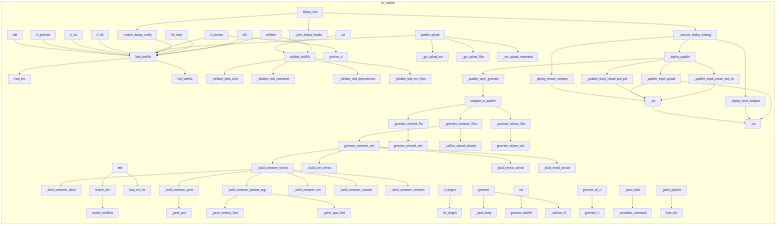
Earlier version of the Mermaid export project/calls.png (pyfunc/taskfile). Its source is kept beside it as project/calls.mmd.
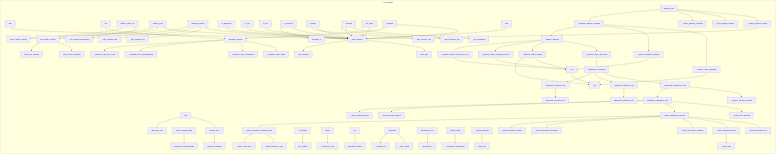
The same file after the commit.

The edit, as a diff of the source:
```diff
@@ -1,82 +1,101 @@
 flowchart LR
     subgraph src_taskfile
+        src__taskfile__quadlet___build_container_ports["_build_container_ports"]
+        src___quadlet_step4_restart_and_cleanup["_quadlet_step4_restart_and_cle"]
+        src__taskfile__quadlet___build_container_section["_build_container_section"]
+        src__taskfile__quadlet__generate_container_unit["generate_container_unit"]
+        src__taskfile__runner__TaskfileRunner__run["run"]
+        src__taskfile__landing__generate_landing_page["generate_landing_page"]
+        src__taskfile__quadlet___build_container_networks["_build_container_networks"]
+        src__generate["generate"]
+        src__taskfile__cli__main__list_tasks["list_tasks"]
+        src__taskfile__runner__TaskfileRunner____init__["__init__"]
+        src__taskfile__compose__load_env_file["load_env_file"]
+        src___parse_pipeline["_parse_pipeline"]
+        src__taskfile__quadlet___build_container_volumes["_build_container_volumes"]
+        src__taskfile__compose__ComposeFile____init__["__init__"]
+        src__taskfile__cli__setup___write_env_files["_write_env_files"]
+        src__taskfile__parser___validate_tasks_exist["_validate_tasks_exist"]
+        src__taskfile__quadlet___parse_port["_parse_port"]
+        src__taskfile__health__check_http_endpoint["check_http_endpoint"]
+        src__generate["generate"]
+        src__taskfile__cigen__generate_all_ci["generate_all_ci"]
+        src__taskfile__parser___validate_task_env_filter["_validate_task_env_filter"]
+        src__taskfile__cigen__base___sanitize_id["_sanitize_id"]
+        src___quadlet_step3_reload_and_pull["_quadlet_step3_reload_and_pull"]
+        src__taskfile__quadlet___generate_container_files["_generate_container_files"]
+        src__taskfile__cigen__generate_ci["generate_ci"]
+        src__taskfile__scaffold__generate_taskfile["generate_taskfile"]
+        src__taskfile__cli__release___get_previous_tag["_get_previous_tag"]
+        src__taskfile__cli__quadlet__quadlet_upload["quadlet_upload"]
+        src__taskfile__health__check_ssh_service["check_ssh_service"]
+        src__taskfile__quadlet__generate_network_unit["generate_network_unit"]
+        src__taskfile__cli__deploy___deploy_quadlet["_deploy_quadlet"]
+        src__taskfile__compose__resolve_dict["resolve_dict"]
+        src__taskfile__cli__quadlet___run_upload_commands["_run_upload_commands"]
+        src__taskfile__cli__release___get_current_tag["_get_current_tag"]
+        src__generate["generate"]
+        src__taskfile__cli__deploy___run["_run"]
+        src__taskfile__cli__deploy___print_deploy_header["_print_deploy_header"]
+        src__taskfile__compose__resolve_variables["resolve_variables"]
+        src___execute_deploy_strategy["_execute_deploy_strategy"]
+        src__taskfile__cigen__preview_ci["preview_ci"]
+        src__taskfile__quadlet___build_install_section["_build_install_section"]
+        src__taskfile__quadlet__compose_to_quadlet["compose_to_quadlet"]
+        src__taskfile__cigen__list_targets["list_targets"]
+        src__taskfile__quadlet___build_unit_section["_build_unit_section"]
+        src__taskfile__cli__release__release["release"]
         src__taskfile__quadlet___build_container_labels["_build_container_labels"]
+        src__taskfile__models___normalize_commands["_normalize_commands"]
+        src__taskfile__cli__ci__ci_generate["ci_generate"]
+        src__taskfile__quadlet___build_container_env["_build_container_env"]
+        src__taskfile__cli__setup__setup["setup"]
+        src__generate["generate"]
+        src__taskfile__cli__deploy___resolve_deploy_config["_resolve_deploy_config"]
+        src__taskfile__quadlet___collect_named_volumes["_collect_named_volumes"]
+        src__taskfile__parser___validate_task_dependencies["_validate_task_dependencies"]
+        src__taskfile__cli__deploy___ssh["_ssh"]
+        src__taskfile__cli__deploy___deploy_remote_compose["_deploy_remote_compose"]
+        src___quadlet_step1_generate["_quadlet_step1_generate"]
+        src__taskfile__cigen__base___yaml_dump["_yaml_dump"]
+        src__taskfile__models__PipelineConfig__from_dict["from_dict"]
+        src__taskfile__cli__quadlet___get_upload_files["_get_upload_files"]
+        src__taskfile__health__health_check_all["health_check_all"]
+        src__taskfile__quadlet___build_service_section["_build_service_section"]
+        src__taskfile__cli__main__init["init"]
+        src___select_deploy_strategy["_select_deploy_strategy"]
+        src__taskfile__quadlet___parse_memory_limit["_parse_memory_limit"]
+        src__taskfile__quadlet___parse_cpus_limit["_parse_cpus_limit"]
+        src__taskfile__cli__ci__ci_run["ci_run"]
+        src__taskfile__cli__health__health_cmd["health_cmd"]
+        src__taskfile__cli__quadlet___get_upload_env["_get_upload_env"]
+        src__taskfile__health__print_health_report["print_health_report"]
+        src__taskfile__cli__deploy__deploy_cmd["deploy_cmd"]
+        src__taskfile__parser__load_taskfile["load_taskfile"]
+        src__taskfile__cli__main__info["info"]
+        src__taskfile__cli__release___run_command["_run_command"]
+        src__taskfile__models__TaskfileConfig__from_dict["from_dict"]
         src__taskfile__cli__ci__ci_preview["ci_preview"]
-        src__generate["generate"]
-        src__taskfile__parser___validate_task_dependencies["_validate_task_dependencies"]
-        src__taskfile__quadlet___build_container_ports["_build_container_ports"]
-        src__taskfile__quadlet__compose_to_quadlet["compose_to_quadlet"]
-        src___parse_pipeline["_parse_pipeline"]
-        src__taskfile__cli__quadlet___get_upload_env["_get_upload_env"]
-        src__taskfile__cli__deploy___ssh["_ssh"]
-        src___quadlet_step4_restart_and_cleanup["_quadlet_step4_restart_and_cle"]
-        src__taskfile__quadlet___parse_cpus_limit["_parse_cpus_limit"]
-        src__taskfile__parser___validate_task_env_filter["_validate_task_env_filter"]
         src__taskfile__quadlet___generate_volume_files["_generate_volume_files"]
+        src__taskfile__parser__validate_taskfile["validate_taskfile"]
+        src__taskfile__cli__ci__ci_list["ci_list"]
+        src__taskfile__landing__build_landing_page["build_landing_page"]
+        src__taskfile__cli__main__validate["validate"]
+        src___build_container_podman_args["_build_container_podman_args"]
         src__taskfile__cli__deploy___deploy_local_compose["_deploy_local_compose"]
-        src__taskfile__parser__load_taskfile["load_taskfile"]
-        src__taskfile__compose__resolve_variables["resolve_variables"]
-        src__taskfile__cli__deploy___resolve_deploy_config["_resolve_deploy_config"]
-        src__taskfile__compose__resolve_dict["resolve_dict"]
-        src__taskfile__cli__main__init["init"]
-        src__taskfile__cigen__generate_all_ci["generate_all_ci"]
-        src__taskfile__quadlet__generate_network_unit["generate_network_unit"]
-        src___quadlet_step3_reload_and_pull["_quadlet_step3_reload_and_pull"]
-        src__taskfile__cli__quadlet__quadlet_upload["quadlet_upload"]
-        src__taskfile__scaffold__generate_taskfile["generate_taskfile"]
-        src__taskfile__runner__TaskfileRunner____init__["__init__"]
-        src___parse_tasks["_parse_tasks"]
+        src__taskfile__quadlet__generate_volume_unit["generate_volume_unit"]
         src__taskfile__quadlet___generate_network_file["_generate_network_file"]
-        src__taskfile__parser__validate_taskfile["validate_taskfile"]
-        src__taskfile__quadlet___generate_container_files["_generate_container_files"]
-        src__taskfile__quadlet___collect_named_volumes["_collect_named_volumes"]
-        src__taskfile__cli__main__info["info"]
-        src__taskfile__quadlet___build_container_section["_build_container_section"]
-        src__taskfile__quadlet__generate_volume_unit["generate_volume_unit"]
-        src__taskfile__cli__main__validate["validate"]
-        src__taskfile__models__TaskfileConfig__from_dict["from_dict"]
-        src__generate["generate"]
-        src__taskfile__cli__quadlet___get_upload_files["_get_upload_files"]
-        src__taskfile__cigen__base___sanitize_id["_sanitize_id"]
-        src__taskfile__models___normalize_commands["_normalize_commands"]
-        src__taskfile__cigen__base___yaml_dump["_yaml_dump"]
+        src__taskfile__cli__release__rollback["rollback"]
         src__taskfile__parser___validate_task_commands["_validate_task_commands"]
         src__taskfile__cli__deploy___quadlet_step2_upload["_quadlet_step2_upload"]
-        src__taskfile__cli__deploy___deploy_quadlet["_deploy_quadlet"]
-        src__taskfile__runner__TaskfileRunner__run["run"]
-        src__taskfile__cli__ci__ci_run["ci_run"]
-        src__taskfile__cigen__preview_ci["preview_ci"]
-        src__taskfile__quadlet___build_container_env["_build_container_env"]
-        src__taskfile__cigen__list_targets["list_targets"]
-        src___build_container_podman_args["_build_container_podman_args"]
-        src__taskfile__quadlet___build_container_networks["_build_container_networks"]
-        src__taskfile__cli__deploy___run["_run"]
-        src__taskfile__cigen__generate_ci["generate_ci"]
-        src__taskfile__quadlet___build_service_section["_build_service_section"]
-        src__taskfile__quadlet___build_container_volumes["_build_container_volumes"]
+        src___parse_tasks["_parse_tasks"]
+        src__taskfile__cli__ci__ci_targets["ci_targets"]
         src__taskfile__parser__find_taskfile["find_taskfile"]
-        src__taskfile__quadlet___parse_memory_limit["_parse_memory_limit"]
-        src__taskfile__cli__deploy__deploy_cmd["deploy_cmd"]
-        src__taskfile__cli__ci__ci_list["ci_list"]
-        src__taskfile__models__PipelineConfig__from_dict["from_dict"]
-        src__taskfile__quadlet___build_install_section["_build_install_section"]
-        src___quadlet_step1_generate["_quadlet_step1_generate"]
-        src__generate["generate"]
-        src__taskfile__compose__load_env_file["load_env_file"]
-        src___execute_deploy_strategy["_execute_deploy_strategy"]
-        src__taskfile__cli__ci__ci_targets["ci_targets"]
-        src__taskfile__cli__deploy___print_deploy_header["_print_deploy_header"]
-        src__taskfile__quadlet__generate_container_unit["generate_container_unit"]
-        src__taskfile__cli__main__list_tasks["list_tasks"]
-        src__taskfile__cli__deploy___deploy_remote_compose["_deploy_remote_compose"]
-        src__taskfile__quadlet___parse_port["_parse_port"]
-        src__taskfile__quadlet___build_unit_section["_build_unit_section"]
-        src__generate["generate"]
-        src__taskfile__cli__ci__ci_generate["ci_generate"]
-        src__taskfile__compose__ComposeFile____init__["__init__"]
-        src__taskfile__cli__quadlet___run_upload_commands["_run_upload_commands"]
-        src__taskfile__parser___validate_tasks_exist["_validate_tasks_exist"]
+        src__taskfile__health__run_health_checks["run_health_checks"]
     end
+    src__taskfile__landing__build_landing_page --> src__taskfile__landing__generate_landing_page
+    src__taskfile__runner__TaskfileRunner____init__ --> src__taskfile__parser__load_taskfile
+    src__taskfile__runner__TaskfileRunner__run --> src__taskfile__parser__validate_taskfile
     src__taskfile__parser__load_taskfile --> src__taskfile__models__TaskfileConfig__from_dict
     src__taskfile__parser__load_taskfile --> src__taskfile__parser__find_taskfile
     src__taskfile__parser__validate_taskfile --> src__taskfile__parser___validate_tasks_exist
@@ -86,6 +105,59 @@
     src__taskfile__compose__resolve_dict --> src__taskfile__compose__resolve_variables
     src__taskfile__compose__ComposeFile____init__ --> src__taskfile__compose__resolve_dict
     src__taskfile__compose__ComposeFile____init__ --> src__taskfile__compose__load_env_file
+    src__taskfile__health__run_health_checks --> src__taskfile__health__check_http_endpoint
+    src__taskfile__health__run_health_checks --> src__taskfile__health__check_ssh_service
+    src__taskfile__health__health_check_all --> src__taskfile__health__run_health_checks
+    src__taskfile__health__health_check_all --> src__taskfile__health__print_health_report
+    src__taskfile__cli__health__health_cmd --> src__taskfile__parser__load_taskfile
+    src__taskfile__cli__health__health_cmd --> src__taskfile__health__run_health_checks
+    src__taskfile__cli__health__health_cmd --> src__taskfile__health__print_health_report
+    src__taskfile__cli__quadlet__quadlet_upload --> src__taskfile__parser__load_taskfile
+    src__taskfile__cli__quadlet__quadlet_upload --> src__taskfile__cli__quadlet___get_upload_env
+    src__taskfile__cli__quadlet__quadlet_upload --> src__taskfile__cli__quadlet___get_upload_files
+    src__taskfile__cli__quadlet__quadlet_upload --> src__taskfile__cli__quadlet___run_upload_commands
+    src__taskfile__cli__ci__ci_generate --> src__taskfile__parser__load_taskfile
+    src__taskfile__cli__ci__ci_run --> src__taskfile__parser__load_taskfile
+    src__taskfile__cli__ci__ci_list --> src__taskfile__parser__load_taskfile
+    src__taskfile__cli__ci__ci_preview --> src__taskfile__parser__load_taskfile
+    src__taskfile__cli__ci__ci_preview --> src__taskfile__cigen__preview_ci
+    src__taskfile__cli__ci__ci_targets --> src__taskfile__cigen__list_targets
+    src__taskfile__cli__release__release --> src__taskfile__parser__load_taskfile
+    src__taskfile__cli__release__release --> src__taskfile__cli__release___get_current_tag
+    src__taskfile__cli__release__rollback --> src__taskfile__cli__release___run_command
+    src__taskfile__cli__release__rollback --> src__taskfile__parser__load_taskfile
+    src__taskfile__cli__release__rollback --> src__taskfile__cli__release___get_previous_tag
+    src__taskfile__cli__setup__setup --> src__taskfile__cli__setup___write_env_files
+    src__taskfile__cli__main__list_tasks --> src__taskfile__parser__load_taskfile
+    src__taskfile__cli__main__init --> src__taskfile__scaffold__generate_taskfile
+    src__taskfile__cli__main__validate --> src__taskfile__parser__load_taskfile
+    src__taskfile__cli__main__validate --> src__taskfile__parser__validate_taskfile
+    src__taskfile__cli__main__info --> src__taskfile__parser__load_taskfile
+    src__taskfile__cli__deploy___ssh --> src__taskfile__cli__deploy___run
+    src__taskfile__cli__deploy___deploy_local_compose --> src__taskfile__cli__deploy___run
+    src__taskfile__cli__deploy___deploy_remote_compose --> src__taskfile__cli__deploy___ssh
+    src___quadlet_step1_generate --> src__taskfile__quadlet__compose_to_quadlet
+    src__taskfile__cli__deploy___quadlet_step2_upload --> src__taskfile__cli__deploy___ssh
+    src__taskfile__cli__deploy___quadlet_step2_upload --> src__taskfile__cli__deploy___run
+    src___quadlet_step3_reload_and_pull --> src__taskfile__cli__deploy___ssh
+    src___quadlet_step4_restart_and_cleanup --> src__taskfile__cli__deploy___ssh
+    src__taskfile__cli__deploy___deploy_quadlet --> src___quadlet_step1_generate
+    src__taskfile__cli__deploy___deploy_quadlet --> src__taskfile__cli__deploy___quadlet_step2_upload
+    src__taskfile__cli__deploy___deploy_quadlet --> src___quadlet_step3_reload_and_pull
+    src__taskfile__cli__deploy___deploy_quadlet --> src___quadlet_step4_restart_and_cleanup
+    src__taskfile__cli__deploy___resolve_deploy_config --> src__taskfile__parser__load_taskfile
+    src___execute_deploy_strategy --> src__taskfile__cli__deploy___deploy_local_compose
+    src___execute_deploy_strategy --> src__taskfile__cli__deploy___deploy_remote_compose
+    src___execute_deploy_strategy --> src__taskfile__cli__deploy___deploy_quadlet
+    src__taskfile__cli__deploy__deploy_cmd --> src__taskfile__cli__deploy___resolve_deploy_config
+    src__taskfile__cli__deploy__deploy_cmd --> src__taskfile__cli__deploy___print_deploy_header
+    src__taskfile__cli__deploy__deploy_cmd --> src___select_deploy_strategy
+    src__taskfile__cli__deploy__deploy_cmd --> src___execute_deploy_strategy
+    src__generate --> src__taskfile__cigen__base___yaml_dump
+    src__generate --> src__taskfile__cigen__base___sanitize_id
+    src__taskfile__cigen__generate_all_ci --> src__taskfile__cigen__generate_ci
+    src___parse_tasks --> src__taskfile__models___normalize_commands
+    src___parse_pipeline --> src__taskfile__models__PipelineConfig__from_dict
     src__taskfile__quadlet___build_container_ports --> src__taskfile__quadlet___parse_port
     src___build_container_podman_args --> src__taskfile__quadlet___parse_memory_limit
     src___build_container_podman_args --> src__taskfile__quadlet___parse_cpus_limit
@@ -106,44 +178,3 @@
     src__taskfile__quadlet__compose_to_quadlet --> src__taskfile__quadlet___generate_container_files
     src__taskfile__quadlet__compose_to_quadlet --> src__taskfile__quadlet___generate_network_file
     src__taskfile__quadlet__compose_to_quadlet --> src__taskfile__quadlet___generate_volume_files
-    src__taskfile__runner__TaskfileRunner____init__ --> src__taskfile__parser__load_taskfile
-    src__taskfile__runner__TaskfileRunner__run --> src__taskfile__parser__validate_taskfile
-    src__taskfile__cli__ci__ci_generate --> src__taskfile__parser__load_taskfile
-    src__taskfile__cli__ci__ci_run --> src__taskfile__parser__load_taskfile
-    src__taskfile__cli__ci__ci_list --> src__taskfile__parser__load_taskfile
-    src__taskfile__cli__ci__ci_preview --> src__taskfile__parser__load_taskfile
-    src__taskfile__cli__ci__ci_preview --> src__taskfile__cigen__preview_ci
-    src__taskfile__cli__ci__ci_targets --> src__taskfile__cigen__list_targets
-    src__taskfile__cli__quadlet__quadlet_upload --> src__taskfile__parser__load_taskfile
-    src__taskfile__cli__quadlet__quadlet_upload --> src__taskfile__cli__quadlet___get_upload_env
-    src__taskfile__cli__quadlet__quadlet_upload --> src__taskfile__cli__quadlet___get_upload_files
-    src__taskfile__cli__quadlet__quadlet_upload --> src__taskfile__cli__quadlet___run_upload_commands
-    src__taskfile__cli__deploy___ssh --> src__taskfile__cli__deploy___run
-    src__taskfile__cli__deploy___deploy_local_compose --> src__taskfile__cli__deploy___run
-    src__taskfile__cli__deploy___deploy_remote_compose --> src__taskfile__cli__deploy___ssh
-    src___quadlet_step1_generate --> src__taskfile__quadlet__compose_to_quadlet
-    src__taskfile__cli__deploy___quadlet_step2_upload --> src__taskfile__cli__deploy___ssh
-    src__taskfile__cli__deploy___quadlet_step2_upload --> src__taskfile__cli__deploy___run
-    src___quadlet_step3_reload_and_pull --> src__taskfile__cli__deploy___ssh
-    src___quadlet_step4_restart_and_cleanup --> src__taskfile__cli__deploy___ssh
-    src__taskfile__cli__deploy___deploy_quadlet --> src___quadlet_step1_generate
-    src__taskfile__cli__deploy___deploy_quadlet --> src__taskfile__cli__deploy___quadlet_step2_upload
-    src__taskfile__cli__deploy___deploy_quadlet --> src___quadlet_step3_reload_and_pull
-    src__taskfile__cli__deploy___deploy_quadlet --> src___quadlet_step4_restart_and_cleanup
-    src__taskfile__cli__deploy___resolve_deploy_config --> src__taskfile__parser__load_taskfile
-    src___execute_deploy_strategy --> src__taskfile__cli__deploy___deploy_local_compose
-    src___execute_deploy_strategy --> src__taskfile__cli__deploy___deploy_remote_compose
-    src___execute_deploy_strategy --> src__taskfile__cli__deploy___deploy_quadlet
-    src__taskfile__cli__deploy__deploy_cmd --> src__taskfile__cli__deploy___resolve_deploy_config
-    src__taskfile__cli__deploy__deploy_cmd --> src__taskfile__cli__deploy___print_deploy_header
-    src__taskfile__cli__deploy__deploy_cmd --> src___execute_deploy_strategy
-    src__generate --> src__taskfile__cigen__base___yaml_dump
-    src__taskfile__cli__main__list_tasks --> src__taskfile__parser__load_taskfile
-    src__taskfile__cli__main__init --> src__taskfile__scaffold__generate_taskfile
-    src__taskfile__cli__main__validate --> src__taskfile__parser__load_taskfile
-    src__taskfile__cli__main__validate --> src__taskfile__parser__validate_taskfile
-    src__taskfile__cli__main__info --> src__taskfile__parser__load_taskfile
-    src__generate --> src__taskfile__cigen__base___sanitize_id
-    src__taskfile__cigen__generate_all_ci --> src__taskfile__cigen__generate_ci
-    src___parse_tasks --> src__taskfile__models___normalize_commands
-    src___parse_pipeline --> src__taskfile__models__PipelineConfig__from_dict
```
